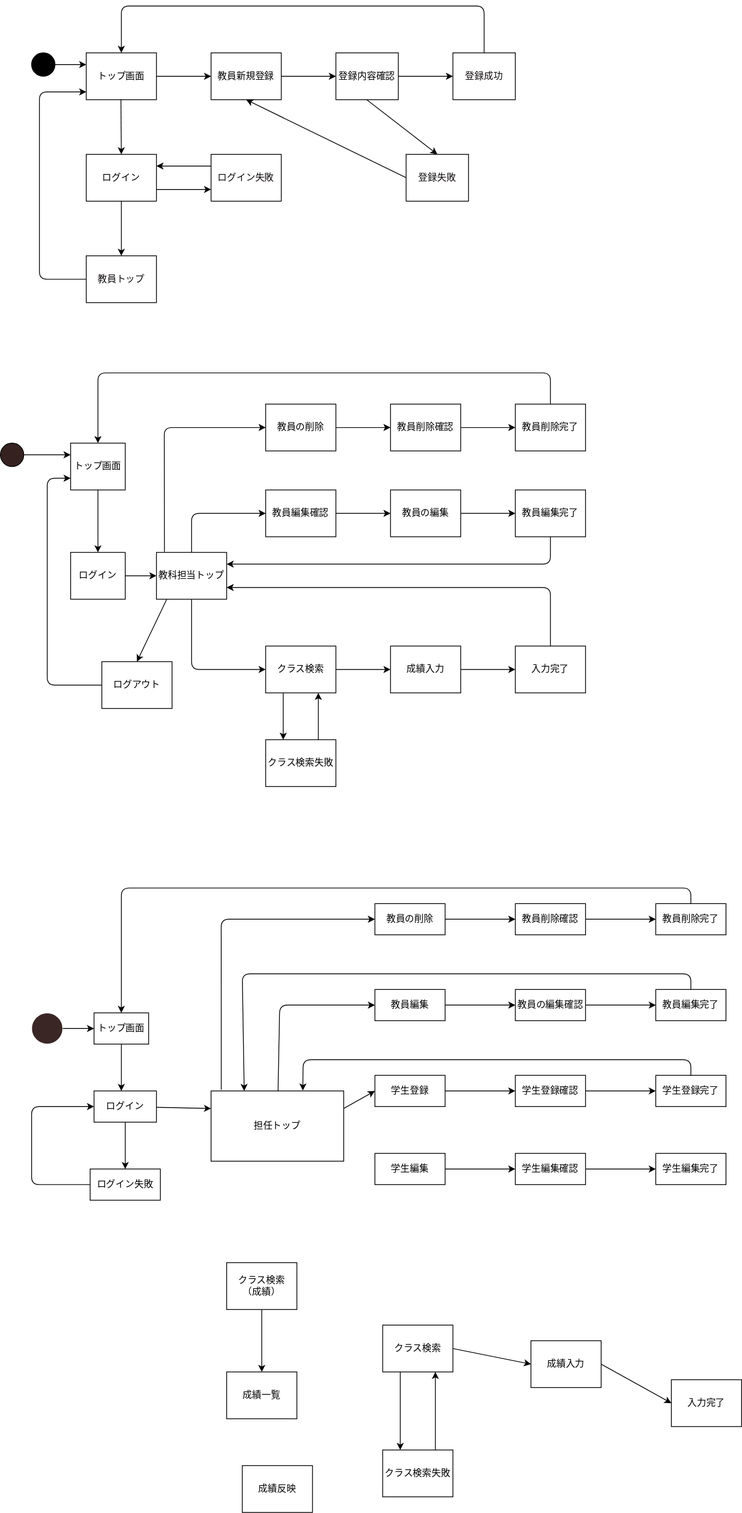
IshiYoshi765/uml-introduction keeps this draw.io diagram as a.drawio.svg. Above is the earlier version. Source tidied: cells renumbered, new cells last; positions are measured from the earlier drawing's top-left corner, leaving out a move shared by most shapes.
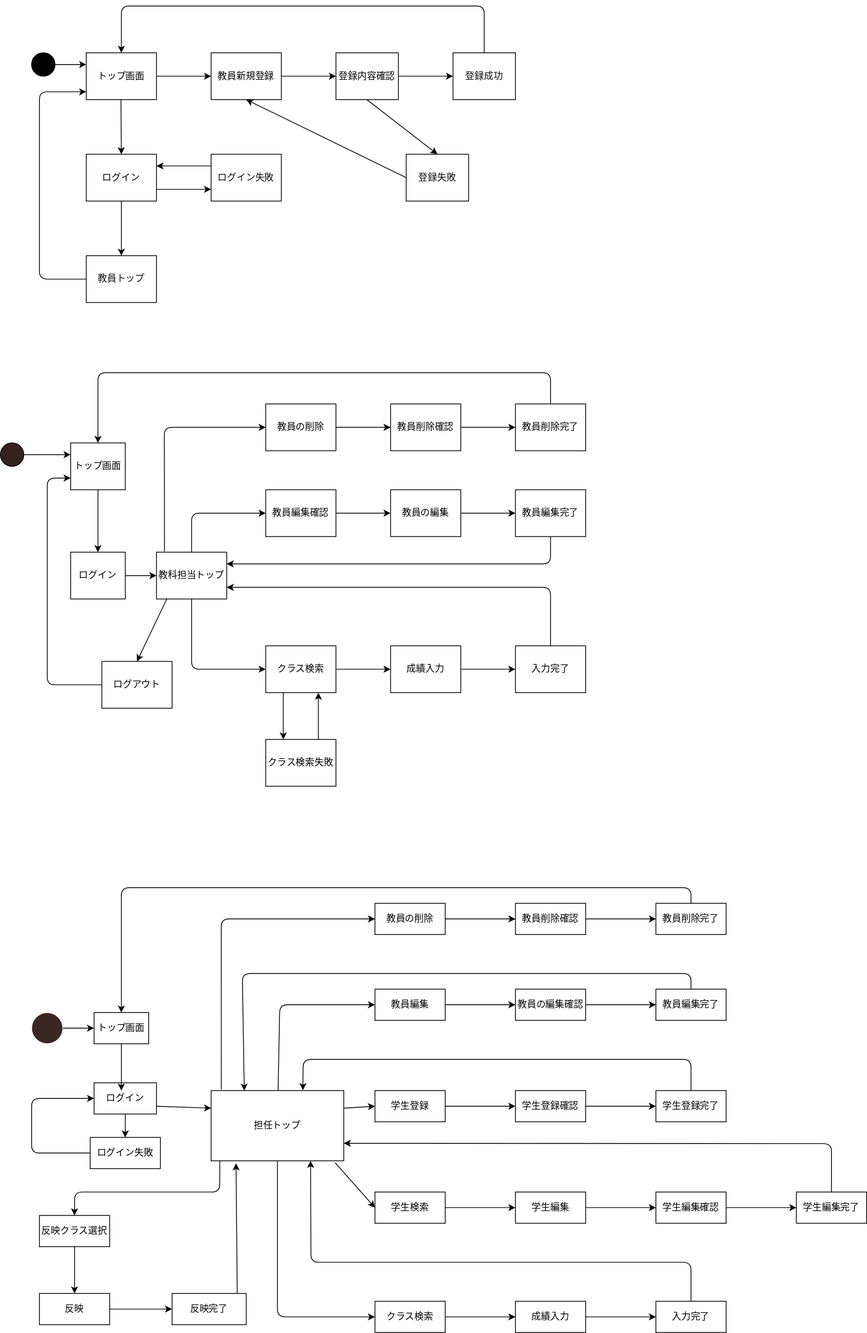
Later version of the same file.

What changed in the source:
```diff
@@ -234,17 +234,17 @@
     <mxCell id="59" value="トップ画面" style="rounded=0;whiteSpace=wrap;html=1;labelBackgroundColor=#FFFFFF;" parent="1" vertex="1">
       <mxGeometry x="120" y="1290" width="70" height="40" as="geometry" />
     </mxCell>
-    <mxCell id="60" style="edgeStyle=none;html=1;entryX=0;entryY=0.25;entryDx=0;entryDy=0;" parent="1" edge="1" source="61" target="66">
+    <mxCell id="60" style="edgeStyle=none;html=1;entryX=0;entryY=0.25;entryDx=0;entryDy=0;exitX=1;exitY=0.75;exitDx=0;exitDy=0;" parent="1" edge="1" source="61" target="66">
       <mxGeometry relative="1" as="geometry" />
     </mxCell>
     <mxCell id="61" value="ログイン" style="rounded=0;whiteSpace=wrap;html=1;labelBackgroundColor=#FFFFFF;" parent="1" vertex="1">
-      <mxGeometry x="120" y="1390" width="80" height="40" as="geometry" />
+      <mxGeometry x="120" y="1380" width="80" height="40" as="geometry" />
     </mxCell>
     <mxCell id="62" style="edgeStyle=none;html=1;" parent="1" edge="1" source="63" target="92">
       <mxGeometry relative="1" as="geometry" />
     </mxCell>
     <mxCell id="63" value="学生登録" style="rounded=0;whiteSpace=wrap;html=1;labelBackgroundColor=#FFFFFF;" parent="1" vertex="1">
-      <mxGeometry x="480" y="1370" width="90" height="40" as="geometry" />
+      <mxGeometry x="480" y="1390" width="90" height="40" as="geometry" />
     </mxCell>
     <mxCell id="64" style="endArrow=classic;html=1;fontColor=none;exitX=1;exitY=0.5;exitDx=0;exitDy=0;entryX=0;entryY=0.5;entryDx=0;entryDy=0;" parent="1" edge="1" source="58" target="59">
       <mxGeometry relative="1" as="geometry" />
@@ -261,7 +261,7 @@
       <mxGeometry relative="1" as="geometry" />
     </mxCell>
     <mxCell id="68" value="学生編集" style="rounded=0;whiteSpace=wrap;html=1;" parent="1" vertex="1">
-      <mxGeometry x="480" y="1470" width="90" height="40" as="geometry" />
+      <mxGeometry x="660" y="1520" width="90" height="40" as="geometry" />
     </mxCell>
     <mxCell id="69" value="教員の編集確認" style="rounded=0;whiteSpace=wrap;html=1;" parent="1" vertex="1">
       <mxGeometry x="660" y="1260" width="90" height="40" as="geometry" />
@@ -294,61 +294,40 @@
       <mxGeometry relative="1" as="geometry" />
     </mxCell>
     <mxCell id="79" value="クラス検索" style="rounded=0;whiteSpace=wrap;html=1;" parent="1" vertex="1">
-      <mxGeometry x="490" y="1690" width="90" height="60" as="geometry" />
+      <mxGeometry x="480" y="1660" width="90" height="40" as="geometry" />
     </mxCell>
     <mxCell id="80" value="成績入力" style="rounded=0;whiteSpace=wrap;html=1;labelBackgroundColor=#FFFFFF;" parent="1" vertex="1">
-      <mxGeometry x="680" y="1710" width="90" height="60" as="geometry" />
+      <mxGeometry x="660" y="1660" width="90" height="40" as="geometry" />
     </mxCell>
     <mxCell id="81" style="endArrow=classic;html=1;fontColor=none;exitX=1;exitY=0.5;exitDx=0;exitDy=0;entryX=0;entryY=0.5;entryDx=0;entryDy=0;" parent="1" edge="1" source="79" target="80">
       <mxGeometry relative="1" as="geometry" />
     </mxCell>
     <mxCell id="82" value="入力完了" style="rounded=0;whiteSpace=wrap;html=1;labelBackgroundColor=#FFFFFF;" parent="1" vertex="1">
-      <mxGeometry x="860" y="1760" width="90" height="60" as="geometry" />
+      <mxGeometry x="840" y="1660" width="90" height="40" as="geometry" />
     </mxCell>
     <mxCell id="83" style="endArrow=classic;html=1;fontColor=none;exitX=1;exitY=0.5;exitDx=0;exitDy=0;entryX=0;entryY=0.5;entryDx=0;entryDy=0;" parent="1" edge="1" source="80" target="82">
       <mxGeometry relative="1" as="geometry" />
     </mxCell>
-    <mxCell id="84" value="クラス検索失敗" style="rounded=0;whiteSpace=wrap;html=1;labelBackgroundColor=#FFFFFF;" parent="1" vertex="1">
-      <mxGeometry x="490" y="1850" width="90" height="60" as="geometry" />
-    </mxCell>
-    <mxCell id="85" style="endArrow=classic;html=1;fontColor=none;exitX=0.25;exitY=1;exitDx=0;exitDy=0;entryX=0.25;entryY=0;entryDx=0;entryDy=0;" parent="1" edge="1" source="79" target="84">
-      <mxGeometry relative="1" as="geometry" />
-    </mxCell>
-    <mxCell id="86" style="endArrow=classic;html=1;fontColor=none;exitX=0.75;exitY=0;exitDx=0;exitDy=0;entryX=0.75;entryY=1;entryDx=0;entryDy=0;" parent="1" edge="1" source="84" target="79">
-      <mxGeometry relative="1" as="geometry" />
-    </mxCell>
-    <mxCell id="87" style="edgeStyle=none;html=1;" parent="1" edge="1" source="88" target="89">
-      <mxGeometry relative="1" as="geometry" />
-    </mxCell>
-    <mxCell id="88" value="クラス検索&lt;br&gt;（成績）" style="rounded=0;whiteSpace=wrap;html=1;" parent="1" vertex="1">
-      <mxGeometry x="290" y="1610" width="90" height="60" as="geometry" />
-    </mxCell>
-    <mxCell id="89" value="成績一覧" style="rounded=0;whiteSpace=wrap;html=1;" parent="1" vertex="1">
-      <mxGeometry x="290" y="1750" width="90" height="60" as="geometry" />
-    </mxCell>
-    <mxCell id="90" value="成績反映" style="rounded=0;whiteSpace=wrap;html=1;" parent="1" vertex="1">
-      <mxGeometry x="310" y="1870" width="90" height="60" as="geometry" />
-    </mxCell>
     <mxCell id="91" style="edgeStyle=none;html=1;" parent="1" edge="1" source="92" target="93">
       <mxGeometry relative="1" as="geometry" />
     </mxCell>
     <mxCell id="92" value="学生登録確認" style="rounded=0;whiteSpace=wrap;html=1;labelBackgroundColor=#FFFFFF;" parent="1" vertex="1">
-      <mxGeometry x="660" y="1370" width="90" height="40" as="geometry" />
+      <mxGeometry x="660" y="1390" width="90" height="40" as="geometry" />
     </mxCell>
     <mxCell id="93" value="学生登録完了" style="rounded=0;whiteSpace=wrap;html=1;labelBackgroundColor=#FFFFFF;" parent="1" vertex="1">
-      <mxGeometry x="840" y="1370" width="90" height="40" as="geometry" />
+      <mxGeometry x="840" y="1390" width="90" height="40" as="geometry" />
     </mxCell>
     <mxCell id="94" style="edgeStyle=none;html=1;" parent="1" edge="1" source="95" target="96">
       <mxGeometry relative="1" as="geometry" />
     </mxCell>
     <mxCell id="95" value="学生編集確認" style="rounded=0;whiteSpace=wrap;html=1;" parent="1" vertex="1">
-      <mxGeometry x="660" y="1470" width="90" height="40" as="geometry" />
+      <mxGeometry x="840" y="1520" width="90" height="40" as="geometry" />
     </mxCell>
     <mxCell id="96" value="学生編集完了" style="rounded=0;whiteSpace=wrap;html=1;" parent="1" vertex="1">
-      <mxGeometry x="840" y="1470" width="90" height="40" as="geometry" />
+      <mxGeometry x="1020" y="1520" width="90" height="40" as="geometry" />
     </mxCell>
     <mxCell id="97" value="ログイン失敗" style="rounded=0;whiteSpace=wrap;html=1;" parent="1" vertex="1">
-      <mxGeometry x="115" y="1490" width="90" height="40" as="geometry" />
+      <mxGeometry x="115" y="1450" width="90" height="40" as="geometry" />
     </mxCell>
     <mxCell id="98" style="endArrow=classic;html=1;exitX=0.5;exitY=1;exitDx=0;exitDy=0;entryX=0.5;entryY=0;entryDx=0;entryDy=0;" parent="1" edge="1" source="61" target="97">
       <mxGeometry relative="1" as="geometry" />
@@ -356,8 +335,8 @@
     <mxCell id="99" style="endArrow=classic;html=1;entryX=0;entryY=0.5;entryDx=0;entryDy=0;exitX=0;exitY=0.5;exitDx=0;exitDy=0;" parent="1" edge="1" source="97" target="61">
       <mxGeometry relative="1" as="geometry">
         <Array as="points">
-          <mxPoint x="40" y="1510" />
-          <mxPoint x="40" y="1410" />
+          <mxPoint x="40" y="1470" />
+          <mxPoint x="40" y="1400" />
         </Array>
       </mxGeometry>
     </mxCell>
@@ -399,8 +378,65 @@
         </Array>
       </mxGeometry>
     </mxCell>
+    <mxCell id="106" style="endArrow=classic;html=1;exitX=0.935;exitY=1.027;exitDx=0;exitDy=0;exitPerimeter=0;entryX=0;entryY=0.5;entryDx=0;entryDy=0;" parent="1" edge="1" source="66" target="117">
+      <mxGeometry relative="1" as="geometry" />
+    </mxCell>
+    <mxCell id="107" style="endArrow=classic;html=1;exitX=0.5;exitY=0;exitDx=0;exitDy=0;entryX=1;entryY=0.75;entryDx=0;entryDy=0;" parent="1" edge="1" source="96" target="66">
+      <mxGeometry relative="1" as="geometry">
+        <Array as="points">
+          <mxPoint x="1065" y="1458" />
+        </Array>
+      </mxGeometry>
+    </mxCell>
+    <mxCell id="108" style="endArrow=classic;html=1;exitX=0.5;exitY=1;exitDx=0;exitDy=0;entryX=0;entryY=0.5;entryDx=0;entryDy=0;" parent="1" edge="1" source="66" target="79">
+      <mxGeometry relative="1" as="geometry">
+        <Array as="points">
+          <mxPoint x="355" y="1680" />
+        </Array>
+      </mxGeometry>
+    </mxCell>
+    <mxCell id="109" style="endArrow=classic;html=1;entryX=0.75;entryY=1;entryDx=0;entryDy=0;exitX=0.5;exitY=0;exitDx=0;exitDy=0;" parent="1" edge="1" source="82" target="66">
+      <mxGeometry relative="1" as="geometry">
+        <Array as="points">
+          <mxPoint x="885" y="1610" />
+          <mxPoint x="398" y="1610" />
+        </Array>
+      </mxGeometry>
+    </mxCell>
+    <mxCell id="110" value="反映クラス選択" style="rounded=0;whiteSpace=wrap;html=1;" parent="1" vertex="1">
+      <mxGeometry x="50" y="1550" width="90" height="40" as="geometry" />
+    </mxCell>
+    <mxCell id="111" value="反映" style="rounded=0;whiteSpace=wrap;html=1;" parent="1" vertex="1">
+      <mxGeometry x="50" y="1650" width="90" height="40" as="geometry" />
+    </mxCell>
+    <mxCell id="112" value="反映完了" style="rounded=0;whiteSpace=wrap;html=1;" parent="1" vertex="1">
+      <mxGeometry x="220" y="1650" width="95" height="40" as="geometry" />
+    </mxCell>
+    <mxCell id="113" style="endArrow=classic;html=1;exitX=0.066;exitY=1.001;exitDx=0;exitDy=0;entryX=0.5;entryY=0;entryDx=0;entryDy=0;exitPerimeter=0;" parent="1" edge="1" source="66" target="110">
+      <mxGeometry relative="1" as="geometry">
+        <Array as="points">
+          <mxPoint x="281" y="1520" />
+          <mxPoint x="95" y="1520" />
+        </Array>
+      </mxGeometry>
+    </mxCell>
+    <mxCell id="114" style="endArrow=classic;html=1;exitX=0.5;exitY=1;exitDx=0;exitDy=0;entryX=0.5;entryY=0;entryDx=0;entryDy=0;" parent="1" edge="1" source="110" target="111">
+      <mxGeometry relative="1" as="geometry" />
+    </mxCell>
+    <mxCell id="115" style="endArrow=classic;html=1;exitX=1;exitY=0.5;exitDx=0;exitDy=0;entryX=0;entryY=0.5;entryDx=0;entryDy=0;" parent="1" edge="1" source="111" target="112">
+      <mxGeometry relative="1" as="geometry" />
+    </mxCell>
+    <mxCell id="116" style="endArrow=classic;html=1;entryX=0.188;entryY=1.036;entryDx=0;entryDy=0;entryPerimeter=0;exitX=0.879;exitY=-0.002;exitDx=0;exitDy=0;exitPerimeter=0;" parent="1" edge="1" source="112" target="66">
+      <mxGeometry relative="1" as="geometry" />
+    </mxCell>
+    <mxCell id="117" value="学生検索" style="rounded=0;whiteSpace=wrap;html=1;" parent="1" vertex="1">
+      <mxGeometry x="480" y="1520" width="90" height="40" as="geometry" />
+    </mxCell>
-    <mxCell id="105" style="endArrow=classic;html=1;exitX=1;exitY=0.25;exitDx=0;exitDy=0;entryX=0;entryY=0.5;entryDx=0;entryDy=0;" parent="1" edge="1" source="66" target="63">
+    <mxCell id="105" style="endArrow=classic;html=1;entryX=0;entryY=0.5;entryDx=0;entryDy=0;exitX=1;exitY=0.25;exitDx=0;exitDy=0;" parent="1" edge="1" source="66" target="63">
       <mxGeometry relative="1" as="geometry" />
     </mxCell>
+    <mxCell id="118" style="endArrow=classic;html=1;exitX=1;exitY=0.5;exitDx=0;exitDy=0;entryX=0;entryY=0.5;entryDx=0;entryDy=0;" parent="1" edge="1" source="117" target="68">
+      <mxGeometry relative="1" as="geometry" />
+    </mxCell>
   </root>
 </mxGraphModel>
```
